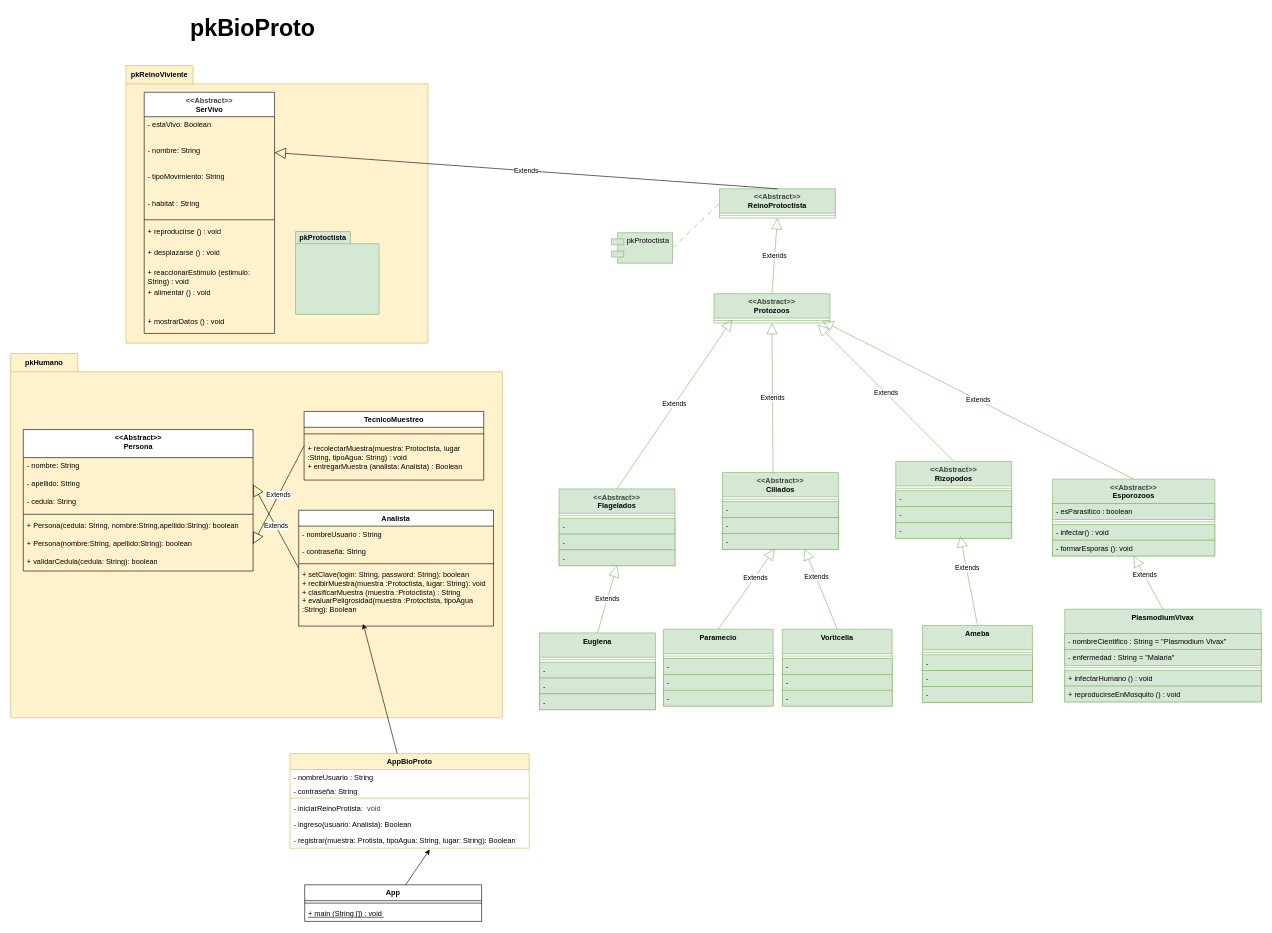
Before: ReinoProtista/design/2ClassDiagrama.drawio in mat264/ReinoProtista_G3, a draw.io diagram. Source tidied: cells renumbered, new cells numbered last; positions are measured from the earlier drawing's top-left corner, leaving out a move shared by most shapes. Both pictures are drawn from the tidied source at 61%, with x=0, y=0 at pixel (10, 10).
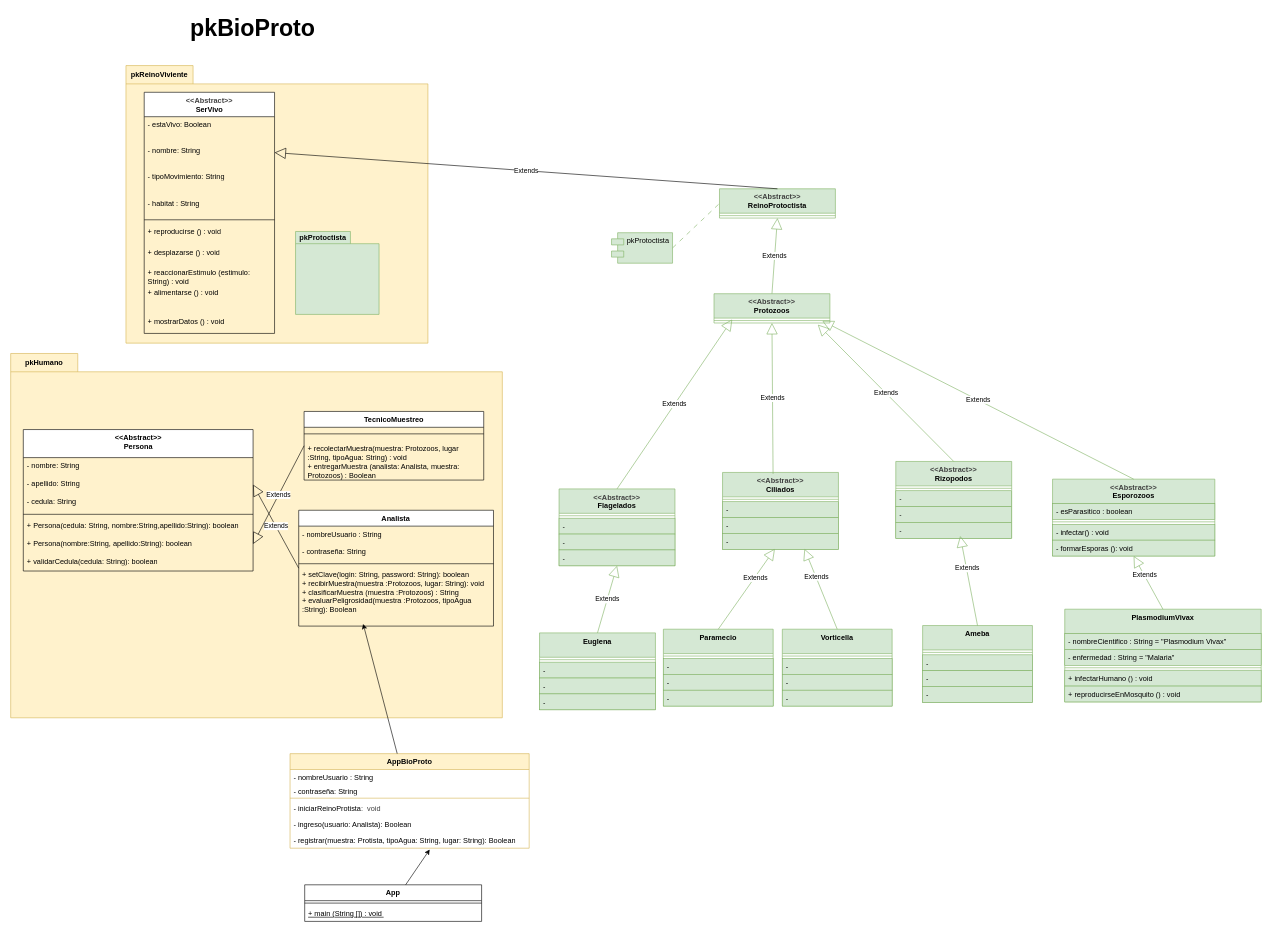
The same diagram, later.

Commit message (it also covers changes not shown here):
Codigo de Persona, Analista,TecnioMuestreo, Protozoo, Plasmodium, AppBioProto y App.java

The change refers to these unchanged cells:
```xml
<mxCell id="5" value="&lt;div style=&quot;color: rgb(63, 63, 63); scrollbar-color: rgb(226, 226, 226) rgb(251, 251, 251);&quot;&gt;&amp;lt;&amp;lt;Abstract&amp;gt;&amp;gt;&lt;/div&gt;SerVivo&lt;br&gt;&lt;div style=&quot;color: rgb(63, 63, 63); scrollbar-color: rgb(226, 226, 226) rgb(251, 251, 251);&quot;&gt;&lt;br style=&quot;color: rgb(63, 63, 63); scrollbar-color: rgb(226, 226, 226) rgb(251, 251, 251);&quot;&gt;&lt;/div&gt;&lt;div style=&quot;color: rgb(63, 63, 63); scrollbar-color: rgb(226, 226, 226) rgb(251, 251, 251);&quot;&gt;&lt;br style=&quot;color: rgb(63, 63, 63); scrollbar-color: rgb(226, 226, 226) rgb(251, 251, 251);&quot;&gt;&lt;/div&gt;" style="swimlane;fontStyle=1;align=center;verticalAlign=top;horizontal=1;startSize=40;whiteSpace=wrap;html=1;" parent="3" vertex="1">
  <mxGeometry x="29.9" y="43.8" width="213.7" height="395.3" as="geometry" />
</mxCell>
<mxCell id="20" value="Analista" style="swimlane;fontStyle=1;align=center;verticalAlign=top;horizontal=1;startSize=26;whiteSpace=wrap;html=1;" parent="18" vertex="1">
  <mxGeometry x="472.2" y="257" width="319.3" height="189.9" as="geometry" />
</mxCell>
<mxCell id="34" value="TecnicoMuestreo" style="swimlane;fontStyle=1;align=center;verticalAlign=top;horizontal=1;startSize=26;whiteSpace=wrap;html=1;" parent="18" vertex="1">
  <mxGeometry x="481" y="95" width="294.5" height="112.5" as="geometry" />
</mxCell>
```

Diff of the diagram source:
```diff
@@
-    <mxCell id="14" value="+ alimentar () : void" style="text;strokeColor=none;fillColor=none;align=left;verticalAlign=top;spacingLeft=4;spacingRight=4;overflow=hidden;whiteSpace=wrap;html=1;" parent="5" vertex="1">
+    <mxCell id="14" value="+ alimentarse () : void" style="text;strokeColor=none;fillColor=none;align=left;verticalAlign=top;spacingLeft=4;spacingRight=4;overflow=hidden;whiteSpace=wrap;html=1;" parent="5" vertex="1">
       <mxGeometry y="315.6" width="213.7" height="46.4" as="geometry" />
     </mxCell>
@@
-    <mxCell id="24" value="+ setClave(login: String, password: String): boolean&lt;div&gt;&lt;font color=&quot;#000000&quot;&gt;+ recibirMuestra(muestra :Protoctista, lugar: String): void&lt;/font&gt;&lt;/div&gt;&lt;div&gt;&lt;font color=&quot;#000000&quot;&gt;&lt;font color=&quot;#000000&quot;&gt;+ clasificarMuestra (muestra :Protoctista) : String&lt;/font&gt;&lt;/font&gt;&lt;/div&gt;&lt;div&gt;&lt;font color=&quot;#000000&quot;&gt;&lt;font color=&quot;#000000&quot;&gt;+ evaluarPeligrosidad(muestra :Protoctista, tipoAgua :String): Boolean&lt;br&gt;&lt;/font&gt;&lt;/font&gt;&lt;div&gt;&lt;br&gt;&lt;/div&gt;&lt;/div&gt;" style="text;strokeColor=none;fillColor=none;align=left;verticalAlign=top;spacingLeft=4;spacingRight=4;overflow=hidden;points=[[0,0.5],[1,0.5]];portConstraint=eastwest;whiteSpace=wrap;html=1;" parent="20" vertex="1">
+    <mxCell id="24" value="+ setClave(login: String, password: String): boolean&lt;div&gt;&lt;font color=&quot;#000000&quot;&gt;+ recibirMuestra(muestra :Protozoos, lugar: String): void&lt;/font&gt;&lt;/div&gt;&lt;div&gt;&lt;font color=&quot;#000000&quot;&gt;&lt;font color=&quot;#000000&quot;&gt;+ clasificarMuestra (muestra :Protozoos) : String&lt;/font&gt;&lt;/font&gt;&lt;/div&gt;&lt;div&gt;&lt;font color=&quot;#000000&quot;&gt;&lt;font color=&quot;#000000&quot;&gt;+ evaluarPeligrosidad(muestra :Protozoos, tipoAgua :String): Boolean&lt;br&gt;&lt;/font&gt;&lt;/font&gt;&lt;div&gt;&lt;br&gt;&lt;/div&gt;&lt;/div&gt;" style="text;strokeColor=none;fillColor=none;align=left;verticalAlign=top;spacingLeft=4;spacingRight=4;overflow=hidden;points=[[0,0.5],[1,0.5]];portConstraint=eastwest;whiteSpace=wrap;html=1;" parent="20" vertex="1">
       <mxGeometry y="92.1" width="319.3" height="97.8" as="geometry" />
     </mxCell>
@@
-    <mxCell id="36" value="+ recolectarMuestra(muestra: Protoctista, lugar :String, tipoAgua: String) : void&lt;div&gt;+ entregarMuestra (analista: Analista) : Boolean&lt;/div&gt;&lt;div&gt;&lt;br&gt;&lt;/div&gt;" style="text;strokeColor=none;fillColor=none;align=left;verticalAlign=top;spacingLeft=4;spacingRight=4;overflow=hidden;whiteSpace=wrap;html=1;" parent="34" vertex="1">
+    <mxCell id="36" value="+ recolectarMuestra(muestra: Protozoos, lugar :String, tipoAgua: String) : void&lt;div&gt;+ entregarMuestra (analista: Analista, muestra: Protozoos) : Boolean&lt;/div&gt;&lt;div&gt;&lt;br&gt;&lt;/div&gt;" style="text;strokeColor=none;fillColor=none;align=left;verticalAlign=top;spacingLeft=4;spacingRight=4;overflow=hidden;whiteSpace=wrap;html=1;" parent="34" vertex="1">
       <mxGeometry y="47.5" width="294.5" height="65" as="geometry" />
     </mxCell>
```
